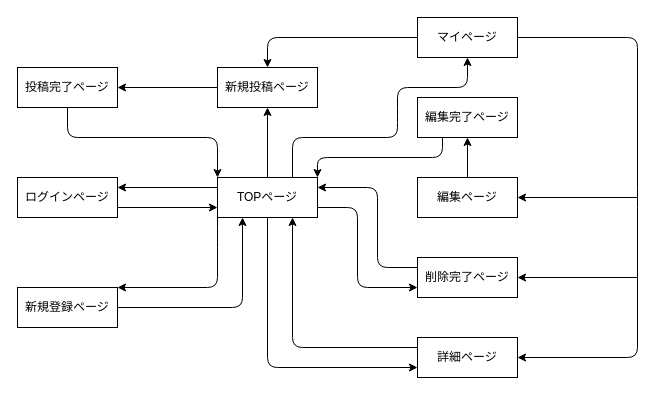
Earlier version of the draw.io diagram screen_transition_diagram.dio (Shaitaxx/gadget). Source tidied: cells renumbered, new cells numbered last; positions are measured from the earlier drawing's top-left corner, leaving out a move shared by most shapes. Both pictures are drawn from the tidied source at 100%, with x=0, y=0 at pixel (17, 17).
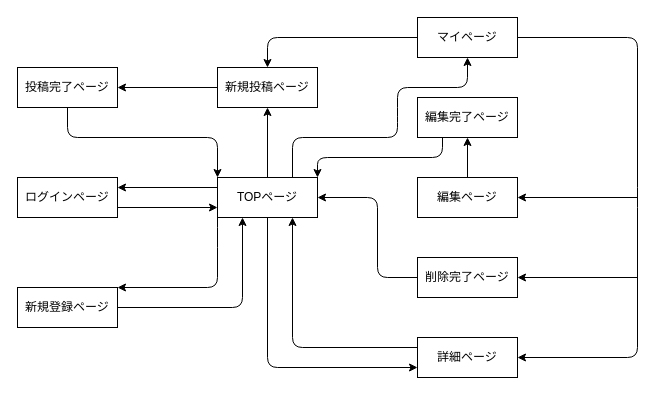
After the change.

The change refers to these unchanged cells:
```xml
<mxCell id="8" value="TOPページ" style="whiteSpace=wrap;html=1;align=center;" parent="1" vertex="1">
  <mxGeometry x="200" y="160" width="100" height="40" as="geometry" />
</mxCell>
<mxCell id="21" value="削除完了ページ" style="whiteSpace=wrap;html=1;align=center;" parent="1" vertex="1">
  <mxGeometry x="400" y="240" width="100" height="40" as="geometry" />
</mxCell>
```

Change to the diagram source:
```diff
@@
-    <mxCell id="4" style="edgeStyle=none;html=1;exitX=1;exitY=0.75;exitDx=0;exitDy=0;entryX=0;entryY=0.75;entryDx=0;entryDy=0;startArrow=none;startFill=0;endArrow=classic;endFill=1;" parent="1" edge="1" source="8" target="21">
-      <mxGeometry relative="1" as="geometry">
-        <Array as="points">
-          <mxPoint x="340" y="190" />
-          <mxPoint x="340" y="270" />
-        </Array>
-      </mxGeometry>
-    </mxCell>
@@
-    <mxCell id="20" style="edgeStyle=none;html=1;exitX=0;exitY=0.25;exitDx=0;exitDy=0;entryX=1;entryY=0.25;entryDx=0;entryDy=0;startArrow=none;startFill=0;endArrow=classic;endFill=1;" parent="1" edge="1" source="21" target="8">
+    <mxCell id="20" style="edgeStyle=none;html=1;exitX=0;exitY=0.5;exitDx=0;exitDy=0;entryX=1;entryY=0.5;entryDx=0;entryDy=0;startArrow=none;startFill=0;endArrow=classic;endFill=1;" parent="1" edge="1" source="21" target="8">
       <mxGeometry relative="1" as="geometry">
         <Array as="points">
-          <mxPoint x="360" y="250" />
-          <mxPoint x="360" y="170" />
+          <mxPoint x="360" y="260" />
+          <mxPoint x="360" y="180" />
         </Array>
       </mxGeometry>
     </mxCell>
```
